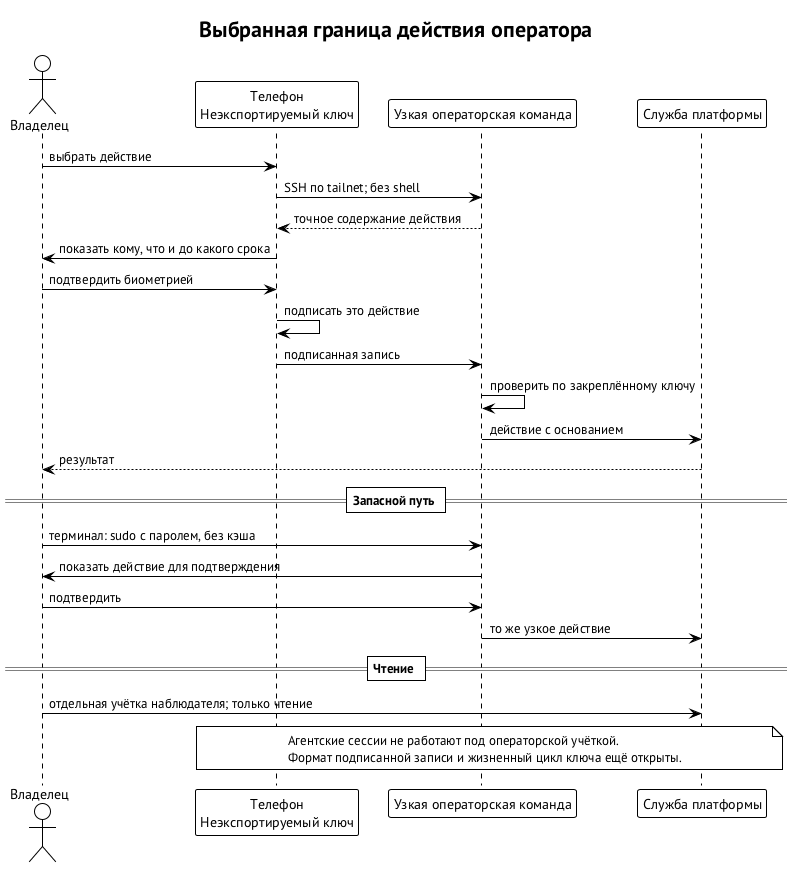
Above: book/diagrams/operator-phone.png in relux-works/swarma-docs (PlantUML), before the change.
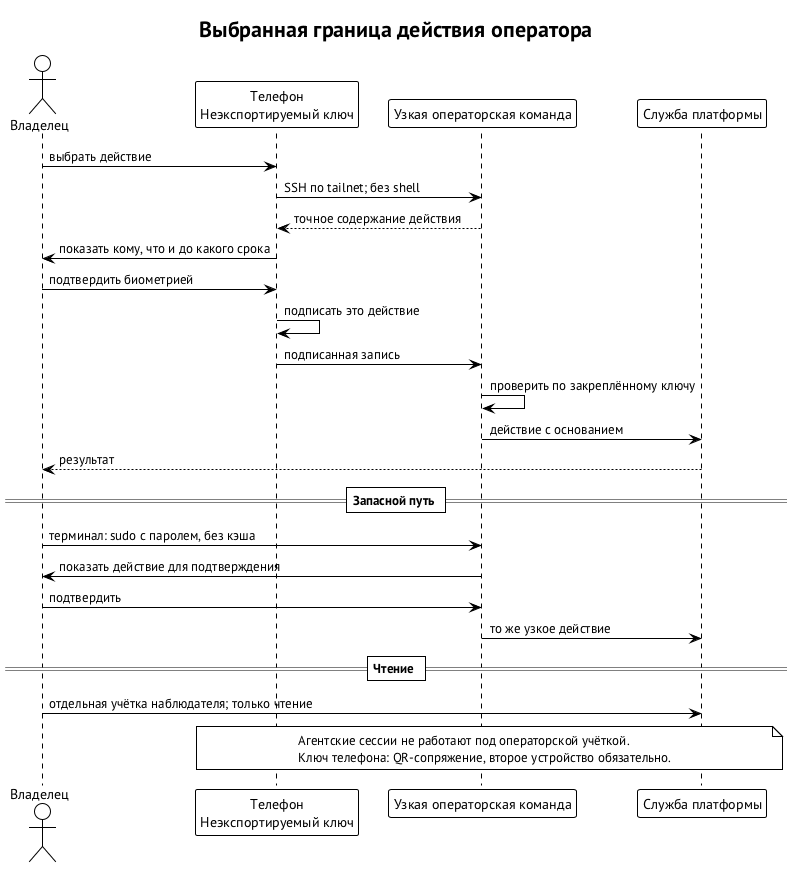
The same diagram one commit later.

Diff of the diagram source:
```diff
@@ -26,6 +26,6 @@
 O -> S : отдельная учётка наблюдателя; только чтение
 note over P, S
   Агентские сессии не работают под операторской учёткой.
-  Формат подписанной записи и жизненный цикл ключа ещё открыты.
+  Ключ телефона: QR-сопряжение, второе устройство обязательно.
 end note
 @enduml
```
